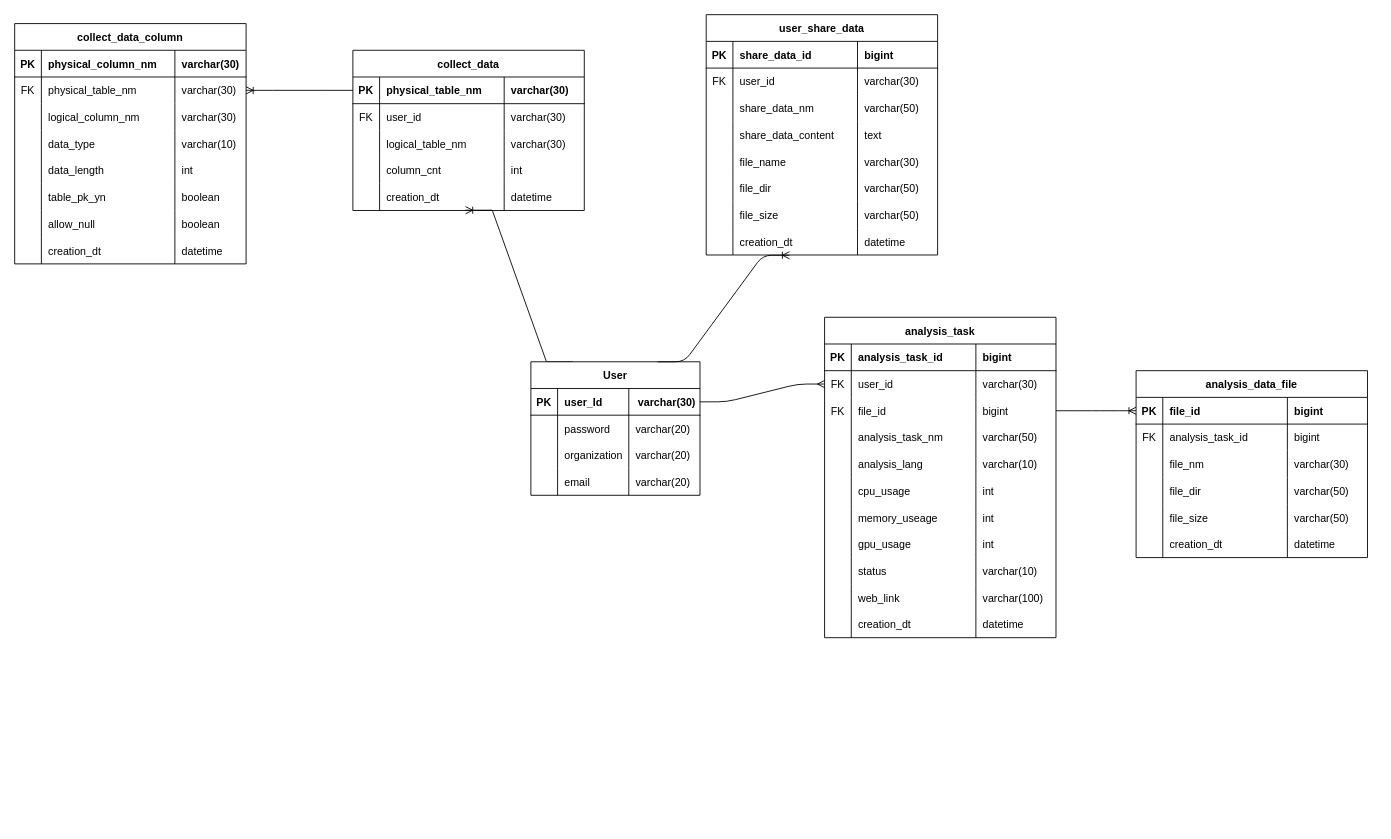
The draw.io diagram 분석 플랫폼 테이블 설계.drawio in vtw-atm/bigdata-table-diagram, before the edit. Source tidied: cells renumbered, new cells numbered last; positions are measured from the earlier drawing's top-left corner, leaving out a move shared by most shapes. Both pictures are drawn from the tidied source at 89%, with x=0, y=0 at pixel (14, 14).
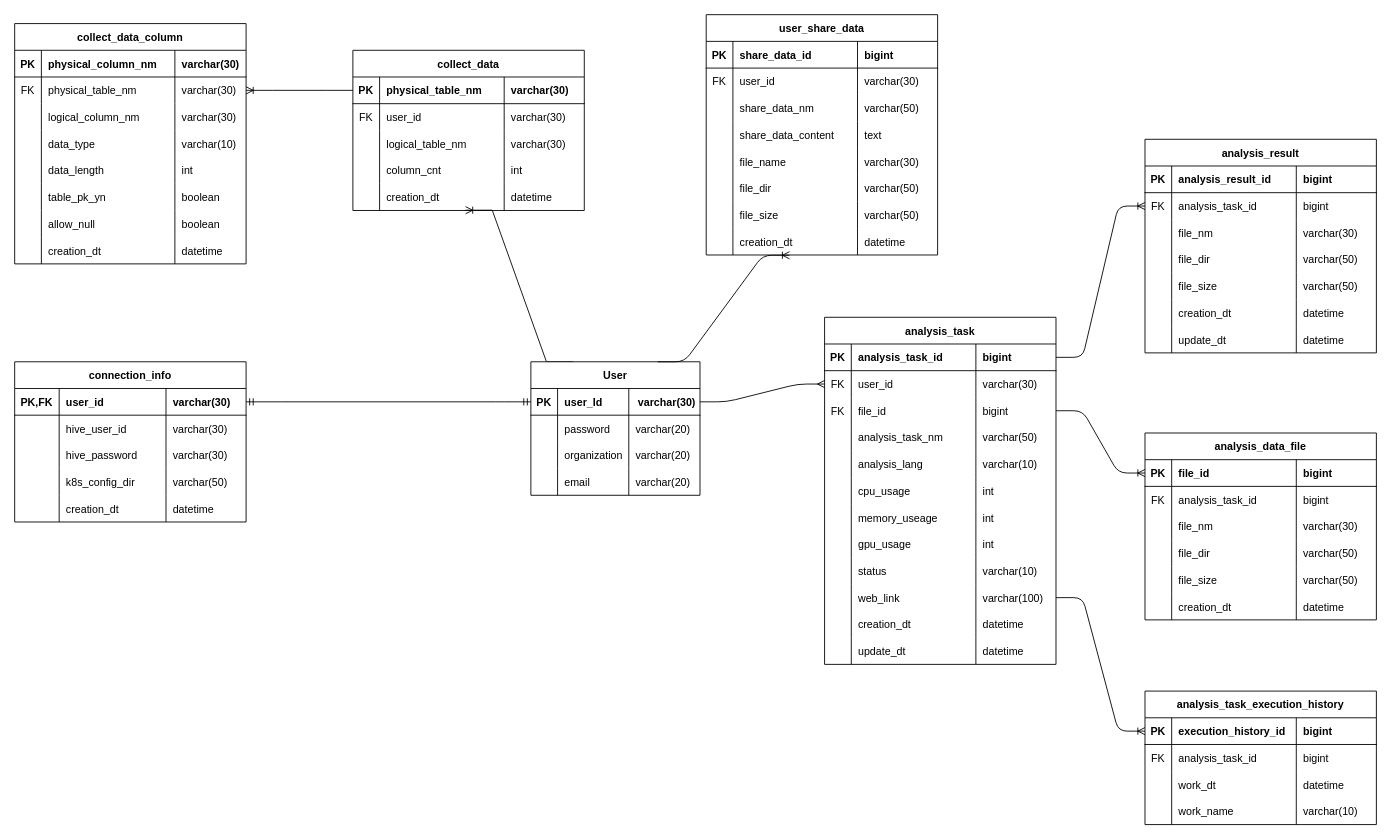
After the change.

Commit message (it also covers changes not shown here):
분석 플랫폼 테이블 설계.drawio 업데이트

Unchanged cells that the change refers to:
```xml
<mxCell id="5" style="shape=tableRow;horizontal=0;startSize=0;swimlaneHead=0;swimlaneBody=0;fillColor=none;points=[[0,0.5],[1,0.5]];portConstraint=eastwest;top=0;left=0;right=0;bottom=1;rounded=0;" parent="4" vertex="1">
  <mxGeometry y="30" width="190" height="30" as="geometry" />
</mxCell>
<mxCell id="110" style="shape=tableRow;horizontal=0;startSize=0;swimlaneHead=0;swimlaneBody=0;fillColor=none;points=[[0,0.5],[1,0.5]];portConstraint=eastwest;top=0;left=0;right=0;bottom=1;rounded=0;" parent="109" vertex="1">
  <mxGeometry y="30" width="260" height="30" as="geometry" />
</mxCell>
<mxCell id="146" style="shape=tableRow;horizontal=0;startSize=0;swimlaneHead=0;swimlaneBody=0;fillColor=none;points=[[0,0.5],[1,0.5]];portConstraint=eastwest;top=0;left=0;right=0;bottom=0;rounded=0;" parent="109" vertex="1">
  <mxGeometry y="300" width="260" height="30" as="geometry" />
</mxCell>
```

Change to the diagram source:
```diff
@@
     <mxCell id="109" value="analysis_task" style="shape=table;startSize=30;childLayout=tableLayout;rowLines=0;fontStyle=1;align=center;rounded=0;" parent="1" vertex="1">
-      <mxGeometry x="910" y="340" width="260" height="360" as="geometry" />
+      <mxGeometry x="910" y="340" width="260" height="390" as="geometry" />
     </mxCell>
@@
+    <mxCell id="181" style="shape=tableRow;horizontal=0;startSize=0;swimlaneHead=0;swimlaneBody=0;fillColor=none;top=0;left=0;right=0;bottom=0;rounded=0;" parent="109" vertex="1">
+      <mxGeometry y="360" width="260" height="30" as="geometry" />
+    </mxCell>
+    <mxCell id="182" style="shape=partialRectangle;fillColor=none;top=0;left=0;bottom=0;right=0;overflow=hidden;rounded=0;" parent="181" vertex="1">
+      <mxGeometry width="30" height="30" as="geometry" />
+    </mxCell>
+    <mxCell id="183" value="update_dt" style="shape=partialRectangle;fillColor=none;top=0;left=0;bottom=0;right=0;align=left;spacingLeft=6;overflow=hidden;rounded=0;" parent="181" vertex="1">
+      <mxGeometry x="30" width="140" height="30" as="geometry" />
+    </mxCell>
+    <mxCell id="184" value="datetime" style="shape=partialRectangle;fillColor=none;top=0;left=0;bottom=0;right=0;align=left;spacingLeft=6;overflow=hidden;rounded=0;" parent="181" vertex="1">
+      <mxGeometry x="170" width="90" height="30" as="geometry" />
+    </mxCell>
     <mxCell id="154" value="analysis_data_file" style="shape=table;startSize=30;childLayout=tableLayout;rowLines=0;fontStyle=1;align=center;rounded=0;" parent="1" vertex="1">
-      <mxGeometry x="1260" y="400" width="260" height="210" as="geometry" />
+      <mxGeometry x="1270" y="470" width="260" height="210" as="geometry" />
     </mxCell>
@@
+    <mxCell id="185" value="analysis_result" style="shape=table;startSize=30;childLayout=tableLayout;rowLines=0;fontStyle=1;align=center;rounded=0;" parent="1" vertex="1">
+      <mxGeometry x="1270" y="140" width="260" height="240" as="geometry" />
+    </mxCell>
+    <mxCell id="186" style="shape=tableRow;horizontal=0;startSize=0;swimlaneHead=0;swimlaneBody=0;fillColor=none;top=0;left=0;right=0;bottom=1;rounded=0;" parent="185" vertex="1">
+      <mxGeometry y="30" width="260" height="30" as="geometry" />
+    </mxCell>
+    <mxCell id="187" value="PK" style="shape=partialRectangle;fillColor=none;top=0;left=0;bottom=0;right=0;fontStyle=1;overflow=hidden;rounded=0;" parent="186" vertex="1">
+      <mxGeometry width="30" height="30" as="geometry" />
+    </mxCell>
+    <mxCell id="188" value="analysis_result_id" style="shape=partialRectangle;fillColor=none;top=0;left=0;bottom=0;right=0;align=left;spacingLeft=6;fontStyle=1;overflow=hidden;rounded=0;" parent="186" vertex="1">
+      <mxGeometry x="30" width="140" height="30" as="geometry" />
+    </mxCell>
+    <mxCell id="189" value="bigint" style="shape=partialRectangle;fillColor=none;top=0;left=0;bottom=0;right=0;align=left;spacingLeft=6;fontStyle=1;overflow=hidden;rounded=0;" parent="186" vertex="1">
+      <mxGeometry x="170" width="90" height="30" as="geometry" />
+    </mxCell>
+    <mxCell id="190" style="shape=tableRow;horizontal=0;startSize=0;swimlaneHead=0;swimlaneBody=0;fillColor=none;points=[[0,0.5],[1,0.5]];portConstraint=eastwest;top=0;left=0;right=0;bottom=0;rounded=0;" parent="185" vertex="1">
+      <mxGeometry y="60" width="260" height="30" as="geometry" />
+    </mxCell>
+    <mxCell id="191" value="FK" style="shape=partialRectangle;fillColor=none;top=0;left=0;bottom=0;right=0;overflow=hidden;rounded=0;" parent="190" vertex="1">
+      <mxGeometry width="30" height="30" as="geometry" />
+    </mxCell>
+    <mxCell id="192" value="analysis_task_id" style="shape=partialRectangle;fillColor=none;top=0;left=0;bottom=0;right=0;align=left;spacingLeft=6;overflow=hidden;rounded=0;" parent="190" vertex="1">
+      <mxGeometry x="30" width="140" height="30" as="geometry" />
+    </mxCell>
+    <mxCell id="193" value="bigint" style="shape=partialRectangle;fillColor=none;top=0;left=0;bottom=0;right=0;align=left;spacingLeft=6;overflow=hidden;rounded=0;" parent="190" vertex="1">
+      <mxGeometry x="170" width="90" height="30" as="geometry" />
+    </mxCell>
+    <mxCell id="194" style="shape=tableRow;horizontal=0;startSize=0;swimlaneHead=0;swimlaneBody=0;fillColor=none;top=0;left=0;right=0;bottom=0;rounded=0;" parent="185" vertex="1">
+      <mxGeometry y="90" width="260" height="30" as="geometry" />
+    </mxCell>
+    <mxCell id="195" style="shape=partialRectangle;fillColor=none;top=0;left=0;bottom=0;right=0;overflow=hidden;rounded=0;" parent="194" vertex="1">
+      <mxGeometry width="30" height="30" as="geometry" />
+    </mxCell>
+    <mxCell id="196" value="file_nm" style="shape=partialRectangle;fillColor=none;top=0;left=0;bottom=0;right=0;align=left;spacingLeft=6;overflow=hidden;rounded=0;" parent="194" vertex="1">
+      <mxGeometry x="30" width="140" height="30" as="geometry" />
+    </mxCell>
+    <mxCell id="197" value="varchar(30)" style="shape=partialRectangle;fillColor=none;top=0;left=0;bottom=0;right=0;align=left;spacingLeft=6;overflow=hidden;rounded=0;" parent="194" vertex="1">
+      <mxGeometry x="170" width="90" height="30" as="geometry" />
+    </mxCell>
+    <mxCell id="198" style="shape=tableRow;horizontal=0;startSize=0;swimlaneHead=0;swimlaneBody=0;fillColor=none;top=0;left=0;right=0;bottom=0;rounded=0;" parent="185" vertex="1">
+      <mxGeometry y="120" width="260" height="30" as="geometry" />
+    </mxCell>
+    <mxCell id="199" style="shape=partialRectangle;fillColor=none;top=0;left=0;bottom=0;right=0;overflow=hidden;rounded=0;" parent="198" vertex="1">
+      <mxGeometry width="30" height="30" as="geometry" />
+    </mxCell>
+    <mxCell id="200" value="file_dir" style="shape=partialRectangle;fillColor=none;top=0;left=0;bottom=0;right=0;align=left;spacingLeft=6;overflow=hidden;rounded=0;" parent="198" vertex="1">
+      <mxGeometry x="30" width="140" height="30" as="geometry" />
+    </mxCell>
+    <mxCell id="201" value="varchar(50)" style="shape=partialRectangle;fillColor=none;top=0;left=0;bottom=0;right=0;align=left;spacingLeft=6;overflow=hidden;rounded=0;" parent="198" vertex="1">
+      <mxGeometry x="170" width="90" height="30" as="geometry" />
+    </mxCell>
+    <mxCell id="202" style="shape=tableRow;horizontal=0;startSize=0;swimlaneHead=0;swimlaneBody=0;fillColor=none;top=0;left=0;right=0;bottom=0;rounded=0;" parent="185" vertex="1">
+      <mxGeometry y="150" width="260" height="30" as="geometry" />
+    </mxCell>
+    <mxCell id="203" style="shape=partialRectangle;fillColor=none;top=0;left=0;bottom=0;right=0;overflow=hidden;rounded=0;" parent="202" vertex="1">
+      <mxGeometry width="30" height="30" as="geometry" />
+    </mxCell>
+    <mxCell id="204" value="file_size" style="shape=partialRectangle;fillColor=none;top=0;left=0;bottom=0;right=0;align=left;spacingLeft=6;overflow=hidden;rounded=0;" parent="202" vertex="1">
+      <mxGeometry x="30" width="140" height="30" as="geometry" />
+    </mxCell>
+    <mxCell id="205" value="varchar(50)" style="shape=partialRectangle;fillColor=none;top=0;left=0;bottom=0;right=0;align=left;spacingLeft=6;overflow=hidden;rounded=0;" parent="202" vertex="1">
+      <mxGeometry x="170" width="90" height="30" as="geometry" />
+    </mxCell>
+    <mxCell id="206" style="shape=tableRow;horizontal=0;startSize=0;swimlaneHead=0;swimlaneBody=0;fillColor=none;top=0;left=0;right=0;bottom=0;rounded=0;" parent="185" vertex="1">
+      <mxGeometry y="180" width="260" height="30" as="geometry" />
+    </mxCell>
+    <mxCell id="207" style="shape=partialRectangle;fillColor=none;top=0;left=0;bottom=0;right=0;overflow=hidden;rounded=0;" parent="206" vertex="1">
+      <mxGeometry width="30" height="30" as="geometry" />
+    </mxCell>
+    <mxCell id="208" value="creation_dt" style="shape=partialRectangle;fillColor=none;top=0;left=0;bottom=0;right=0;align=left;spacingLeft=6;overflow=hidden;rounded=0;" parent="206" vertex="1">
+      <mxGeometry x="30" width="140" height="30" as="geometry" />
+    </mxCell>
+    <mxCell id="209" value="datetime" style="shape=partialRectangle;fillColor=none;top=0;left=0;bottom=0;right=0;align=left;spacingLeft=6;overflow=hidden;rounded=0;" parent="206" vertex="1">
+      <mxGeometry x="170" width="90" height="30" as="geometry" />
+    </mxCell>
+    <mxCell id="210" style="shape=tableRow;horizontal=0;startSize=0;swimlaneHead=0;swimlaneBody=0;fillColor=none;top=0;left=0;right=0;bottom=0;rounded=0;" parent="185" vertex="1">
+      <mxGeometry y="210" width="260" height="30" as="geometry" />
+    </mxCell>
+    <mxCell id="211" style="shape=partialRectangle;fillColor=none;top=0;left=0;bottom=0;right=0;overflow=hidden;rounded=0;" parent="210" vertex="1">
+      <mxGeometry width="30" height="30" as="geometry" />
+    </mxCell>
+    <mxCell id="212" value="update_dt" style="shape=partialRectangle;fillColor=none;top=0;left=0;bottom=0;right=0;align=left;spacingLeft=6;overflow=hidden;rounded=0;" parent="210" vertex="1">
+      <mxGeometry x="30" width="140" height="30" as="geometry" />
+    </mxCell>
+    <mxCell id="213" value="datetime" style="shape=partialRectangle;fillColor=none;top=0;left=0;bottom=0;right=0;align=left;spacingLeft=6;overflow=hidden;rounded=0;" parent="210" vertex="1">
+      <mxGeometry x="170" width="90" height="30" as="geometry" />
+    </mxCell>
+    <mxCell id="214" value="analysis_task_execution_history" style="shape=table;startSize=30;childLayout=tableLayout;rowLines=0;fontStyle=1;align=center;rounded=0;" parent="1" vertex="1">
+      <mxGeometry x="1270" y="760" width="260" height="150" as="geometry" />
+    </mxCell>
+    <mxCell id="215" style="shape=tableRow;horizontal=0;startSize=0;swimlaneHead=0;swimlaneBody=0;fillColor=none;points=[[0,0.5],[1,0.5]];portConstraint=eastwest;top=0;left=0;right=0;bottom=1;rounded=0;" parent="214" vertex="1">
+      <mxGeometry y="30" width="260" height="30" as="geometry" />
+    </mxCell>
+    <mxCell id="216" value="PK" style="shape=partialRectangle;fillColor=none;top=0;left=0;bottom=0;right=0;fontStyle=1;overflow=hidden;rounded=0;" parent="215" vertex="1">
+      <mxGeometry width="30" height="30" as="geometry" />
+    </mxCell>
+    <mxCell id="217" value="execution_history_id" style="shape=partialRectangle;fillColor=none;top=0;left=0;bottom=0;right=0;align=left;spacingLeft=6;fontStyle=1;overflow=hidden;rounded=0;" parent="215" vertex="1">
+      <mxGeometry x="30" width="140" height="30" as="geometry" />
+    </mxCell>
+    <mxCell id="218" value="bigint" style="shape=partialRectangle;fillColor=none;top=0;left=0;bottom=0;right=0;align=left;spacingLeft=6;fontStyle=1;overflow=hidden;rounded=0;" parent="215" vertex="1">
+      <mxGeometry x="170" width="90" height="30" as="geometry" />
+    </mxCell>
+    <mxCell id="219" style="shape=tableRow;horizontal=0;startSize=0;swimlaneHead=0;swimlaneBody=0;fillColor=none;top=0;left=0;right=0;bottom=0;rounded=0;" parent="214" vertex="1">
+      <mxGeometry y="60" width="260" height="30" as="geometry" />
+    </mxCell>
+    <mxCell id="220" value="FK" style="shape=partialRectangle;fillColor=none;top=0;left=0;bottom=0;right=0;overflow=hidden;rounded=0;" parent="219" vertex="1">
+      <mxGeometry width="30" height="30" as="geometry" />
+    </mxCell>
+    <mxCell id="221" value="analysis_task_id" style="shape=partialRectangle;fillColor=none;top=0;left=0;bottom=0;right=0;align=left;spacingLeft=6;overflow=hidden;rounded=0;" parent="219" vertex="1">
+      <mxGeometry x="30" width="140" height="30" as="geometry" />
+    </mxCell>
+    <mxCell id="222" value="bigint" style="shape=partialRectangle;fillColor=none;top=0;left=0;bottom=0;right=0;align=left;spacingLeft=6;overflow=hidden;rounded=0;" parent="219" vertex="1">
+      <mxGeometry x="170" width="90" height="30" as="geometry" />
+    </mxCell>
+    <mxCell id="223" style="shape=tableRow;horizontal=0;startSize=0;swimlaneHead=0;swimlaneBody=0;fillColor=none;top=0;left=0;right=0;bottom=0;rounded=0;" parent="214" vertex="1">
+      <mxGeometry y="90" width="260" height="30" as="geometry" />
+    </mxCell>
+    <mxCell id="224" style="shape=partialRectangle;fillColor=none;top=0;left=0;bottom=0;right=0;overflow=hidden;rounded=0;" parent="223" vertex="1">
+      <mxGeometry width="30" height="30" as="geometry" />
+    </mxCell>
+    <mxCell id="225" value="work_dt" style="shape=partialRectangle;fillColor=none;top=0;left=0;bottom=0;right=0;align=left;spacingLeft=6;overflow=hidden;rounded=0;" parent="223" vertex="1">
+      <mxGeometry x="30" width="140" height="30" as="geometry" />
+    </mxCell>
+    <mxCell id="226" value="datetime" style="shape=partialRectangle;fillColor=none;top=0;left=0;bottom=0;right=0;align=left;spacingLeft=6;overflow=hidden;rounded=0;" parent="223" vertex="1">
+      <mxGeometry x="170" width="90" height="30" as="geometry" />
+    </mxCell>
+    <mxCell id="227" style="shape=tableRow;horizontal=0;startSize=0;swimlaneHead=0;swimlaneBody=0;fillColor=none;top=0;left=0;right=0;bottom=0;rounded=0;" parent="214" vertex="1">
+      <mxGeometry y="120" width="260" height="30" as="geometry" />
+    </mxCell>
+    <mxCell id="228" style="shape=partialRectangle;fillColor=none;top=0;left=0;bottom=0;right=0;overflow=hidden;rounded=0;" parent="227" vertex="1">
+      <mxGeometry width="30" height="30" as="geometry" />
+    </mxCell>
+    <mxCell id="229" value="work_name" style="shape=partialRectangle;fillColor=none;top=0;left=0;bottom=0;right=0;align=left;spacingLeft=6;overflow=hidden;rounded=0;" parent="227" vertex="1">
+      <mxGeometry x="30" width="140" height="30" as="geometry" />
+    </mxCell>
+    <mxCell id="230" value="varchar(10)" style="shape=partialRectangle;fillColor=none;top=0;left=0;bottom=0;right=0;align=left;spacingLeft=6;overflow=hidden;rounded=0;" parent="227" vertex="1">
+      <mxGeometry x="170" width="90" height="30" as="geometry" />
+    </mxCell>
+    <mxCell id="231" style="edgeStyle=entityRelationEdgeStyle;fontSize=12;html=1;endArrow=ERoneToMany;entryX=0;entryY=0.5;entryDx=0;entryDy=0;exitX=1;exitY=0.5;exitDx=0;exitDy=0;" parent="1" edge="1" source="110" target="190">
+      <mxGeometry relative="1" as="geometry" />
+    </mxCell>
+    <mxCell id="232" style="edgeStyle=entityRelationEdgeStyle;fontSize=12;html=1;endArrow=ERoneToMany;entryX=0;entryY=0.5;entryDx=0;entryDy=0;exitX=1;exitY=0.5;exitDx=0;exitDy=0;" parent="1" edge="1" source="146" target="215">
+      <mxGeometry relative="1" as="geometry" />
+    </mxCell>
+    <mxCell id="233" value="connection_info" style="shape=table;startSize=30;childLayout=tableLayout;rowLines=0;fontStyle=1;align=center;rounded=0;" parent="1" vertex="1">
+      <mxGeometry y="390" width="260" height="180" as="geometry" />
+    </mxCell>
+    <mxCell id="234" style="shape=tableRow;horizontal=0;startSize=0;swimlaneHead=0;swimlaneBody=0;fillColor=none;points=[[0,0.5],[1,0.5]];portConstraint=eastwest;top=0;left=0;right=0;bottom=1;rounded=0;" parent="233" vertex="1">
+      <mxGeometry y="30" width="260" height="30" as="geometry" />
+    </mxCell>
+    <mxCell id="235" value="PK,FK" style="shape=partialRectangle;fillColor=none;top=0;left=0;bottom=0;right=0;fontStyle=1;overflow=hidden;rounded=0;" parent="234" vertex="1">
+      <mxGeometry width="50" height="30" as="geometry" />
+    </mxCell>
+    <mxCell id="236" value="user_id" style="shape=partialRectangle;fillColor=none;top=0;left=0;bottom=0;right=0;align=left;spacingLeft=6;fontStyle=1;overflow=hidden;rounded=0;" parent="234" vertex="1">
+      <mxGeometry x="50" width="120" height="30" as="geometry" />
+    </mxCell>
+    <mxCell id="237" value="varchar(30)" style="shape=partialRectangle;fillColor=none;top=0;left=0;bottom=0;right=0;align=left;spacingLeft=6;fontStyle=1;overflow=hidden;rounded=0;" parent="234" vertex="1">
+      <mxGeometry x="170" width="90" height="30" as="geometry" />
+    </mxCell>
+    <mxCell id="238" style="shape=tableRow;horizontal=0;startSize=0;swimlaneHead=0;swimlaneBody=0;fillColor=none;top=0;left=0;right=0;bottom=0;rounded=0;" parent="233" vertex="1">
+      <mxGeometry y="60" width="260" height="30" as="geometry" />
+    </mxCell>
+    <mxCell id="239" style="shape=partialRectangle;fillColor=none;top=0;left=0;bottom=0;right=0;overflow=hidden;rounded=0;" parent="238" vertex="1">
+      <mxGeometry width="50" height="30" as="geometry" />
+    </mxCell>
+    <mxCell id="240" value="hive_user_id" style="shape=partialRectangle;fillColor=none;top=0;left=0;bottom=0;right=0;align=left;spacingLeft=6;overflow=hidden;rounded=0;" parent="238" vertex="1">
+      <mxGeometry x="50" width="120" height="30" as="geometry" />
+    </mxCell>
+    <mxCell id="241" value="varchar(30)" style="shape=partialRectangle;fillColor=none;top=0;left=0;bottom=0;right=0;align=left;spacingLeft=6;overflow=hidden;rounded=0;" parent="238" vertex="1">
+      <mxGeometry x="170" width="90" height="30" as="geometry" />
+    </mxCell>
+    <mxCell id="242" style="shape=tableRow;horizontal=0;startSize=0;swimlaneHead=0;swimlaneBody=0;fillColor=none;top=0;left=0;right=0;bottom=0;rounded=0;" parent="233" vertex="1">
+      <mxGeometry y="90" width="260" height="30" as="geometry" />
+    </mxCell>
+    <mxCell id="243" style="shape=partialRectangle;fillColor=none;top=0;left=0;bottom=0;right=0;overflow=hidden;rounded=0;" parent="242" vertex="1">
+      <mxGeometry width="50" height="30" as="geometry" />
+    </mxCell>
+    <mxCell id="244" value="hive_password" style="shape=partialRectangle;fillColor=none;top=0;left=0;bottom=0;right=0;align=left;spacingLeft=6;overflow=hidden;rounded=0;" parent="242" vertex="1">
+      <mxGeometry x="50" width="120" height="30" as="geometry" />
+    </mxCell>
+    <mxCell id="245" value="varchar(30)" style="shape=partialRectangle;fillColor=none;top=0;left=0;bottom=0;right=0;align=left;spacingLeft=6;overflow=hidden;rounded=0;" parent="242" vertex="1">
+      <mxGeometry x="170" width="90" height="30" as="geometry" />
+    </mxCell>
+    <mxCell id="246" style="shape=tableRow;horizontal=0;startSize=0;swimlaneHead=0;swimlaneBody=0;fillColor=none;top=0;left=0;right=0;bottom=0;rounded=0;" parent="233" vertex="1">
+      <mxGeometry y="120" width="260" height="30" as="geometry" />
+    </mxCell>
+    <mxCell id="247" style="shape=partialRectangle;fillColor=none;top=0;left=0;bottom=0;right=0;overflow=hidden;rounded=0;" parent="246" vertex="1">
+      <mxGeometry width="50" height="30" as="geometry" />
+    </mxCell>
+    <mxCell id="248" value="k8s_config_dir" style="shape=partialRectangle;fillColor=none;top=0;left=0;bottom=0;right=0;align=left;spacingLeft=6;overflow=hidden;rounded=0;" parent="246" vertex="1">
+      <mxGeometry x="50" width="120" height="30" as="geometry" />
+    </mxCell>
+    <mxCell id="249" value="varchar(50)" style="shape=partialRectangle;fillColor=none;top=0;left=0;bottom=0;right=0;align=left;spacingLeft=6;overflow=hidden;rounded=0;" parent="246" vertex="1">
+      <mxGeometry x="170" width="90" height="30" as="geometry" />
+    </mxCell>
+    <mxCell id="250" style="shape=tableRow;horizontal=0;startSize=0;swimlaneHead=0;swimlaneBody=0;fillColor=none;top=0;left=0;right=0;bottom=0;rounded=0;" parent="233" vertex="1">
+      <mxGeometry y="150" width="260" height="30" as="geometry" />
+    </mxCell>
+    <mxCell id="251" style="shape=partialRectangle;fillColor=none;top=0;left=0;bottom=0;right=0;overflow=hidden;rounded=0;" parent="250" vertex="1">
+      <mxGeometry width="50" height="30" as="geometry" />
+    </mxCell>
+    <mxCell id="252" value="creation_dt" style="shape=partialRectangle;fillColor=none;top=0;left=0;bottom=0;right=0;align=left;spacingLeft=6;overflow=hidden;rounded=0;" parent="250" vertex="1">
+      <mxGeometry x="50" width="120" height="30" as="geometry" />
+    </mxCell>
+    <mxCell id="253" value="datetime" style="shape=partialRectangle;fillColor=none;top=0;left=0;bottom=0;right=0;align=left;spacingLeft=6;overflow=hidden;rounded=0;" parent="250" vertex="1">
+      <mxGeometry x="170" width="90" height="30" as="geometry" />
+    </mxCell>
+    <mxCell id="254" style="edgeStyle=entityRelationEdgeStyle;fontSize=12;html=1;endArrow=ERmandOne;startArrow=ERmandOne;entryX=0;entryY=0.5;entryDx=0;entryDy=0;exitX=1;exitY=0.5;exitDx=0;exitDy=0;" parent="1" edge="1" source="234" target="5">
+      <mxGeometry relative="1" as="geometry" />
+    </mxCell>
```
